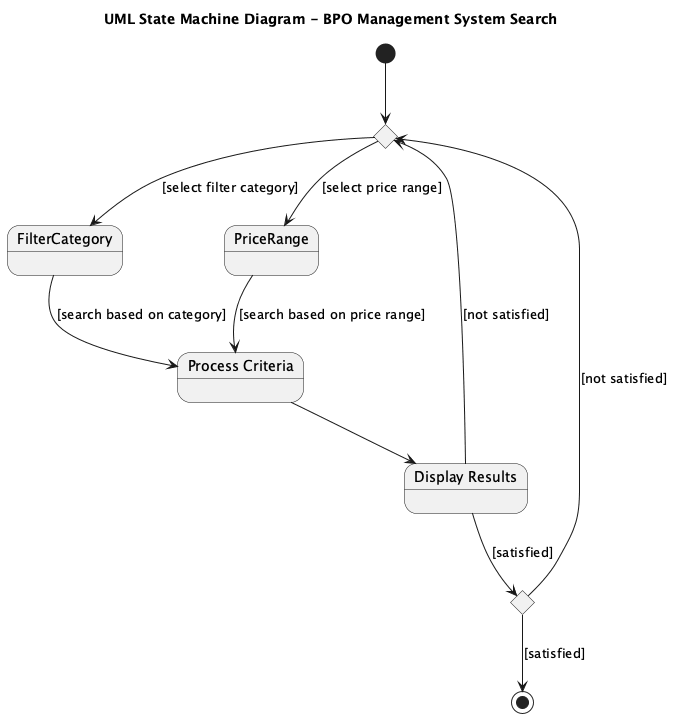
Above: results/plantuml_pipeline/ensemble_stacked_llm/runs/ensemble__all_methods__candidate_pool__stacked_llm/case_12_business_process_outsourcing_bpo_management_system_2/ensemble.png in maimunafaria/State_transition_Diagram_generated_by_LLM (PlantUML), before the change. Its diagram source:
```plantuml
@startuml
title UML State Machine Diagram - BPO Management System Search

[*] --> ChoiceSearch

state ChoiceSearch <<choice>>
ChoiceSearch --> FilterCategory : [select filter category]
ChoiceSearch --> PriceRange : [select price range]

FilterCategory --> ProcessCriteria : [search based on category]
PriceRange --> ProcessCriteria : [search based on price range]

state "Process Criteria" as ProcessCriteria
ProcessCriteria --> DisplayResults

state "Display Results" as DisplayResults
DisplayResults --> End : [satisfied]
DisplayResults --> ChoiceSearch : [not satisfied]

state End <<choice>>
End --> [*] : [satisfied]
End --> ChoiceSearch : [not satisfied]

@enduml
```
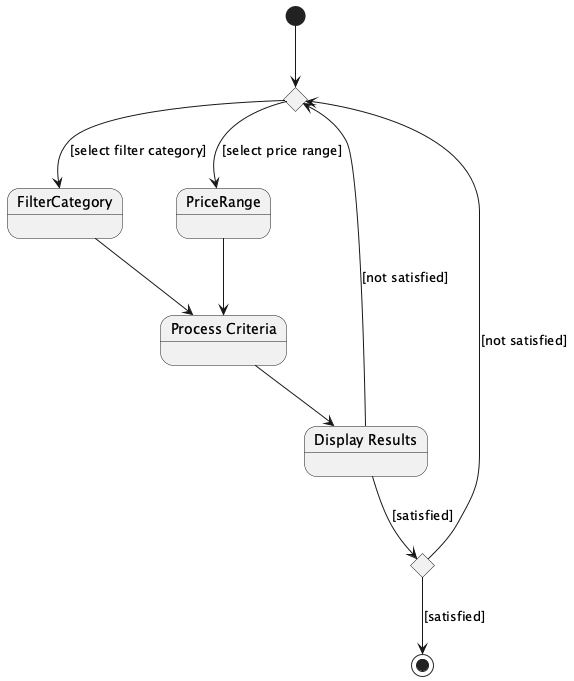
The same diagram one commit later.

Diff of the diagram source:
```diff
@@ -1,19 +1,18 @@
 @startuml
-title UML State Machine Diagram - BPO Management System Search
-
 [*] --> ChoiceSearch
 
 state ChoiceSearch <<choice>>
 ChoiceSearch --> FilterCategory : [select filter category]
 ChoiceSearch --> PriceRange : [select price range]
 
-FilterCategory --> ProcessCriteria : [search based on category]
-PriceRange --> ProcessCriteria : [search based on price range]
+state "Process Criteria" as ProcessCriteria
+state "Display Results" as DisplayResults
 
-state "Process Criteria" as ProcessCriteria
+FilterCategory --> ProcessCriteria
+PriceRange --> ProcessCriteria
+
 ProcessCriteria --> DisplayResults
 
-state "Display Results" as DisplayResults
 DisplayResults --> End : [satisfied]
 DisplayResults --> ChoiceSearch : [not satisfied]
 
```
